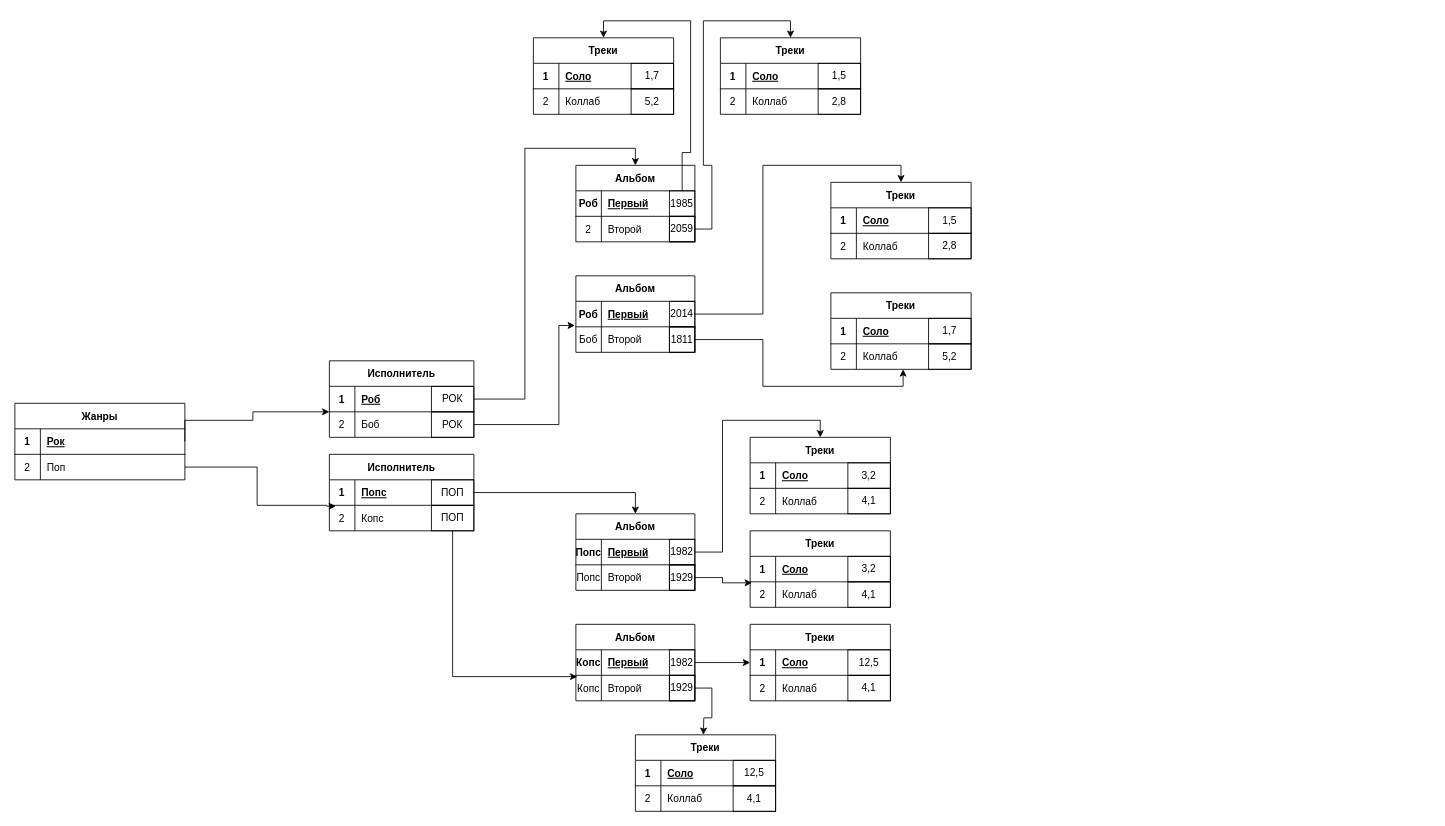
Earlier version of the draw.io diagram Диаграмма без названия.drawio (TastyLake/tablic.functor). Source tidied: cells renumbered, new cells numbered last; positions are measured from the earlier drawing's top-left corner, leaving out a move shared by most shapes. Both pictures are drawn from the tidied source at 85%, with x=0, y=0 at pixel (14, 37).
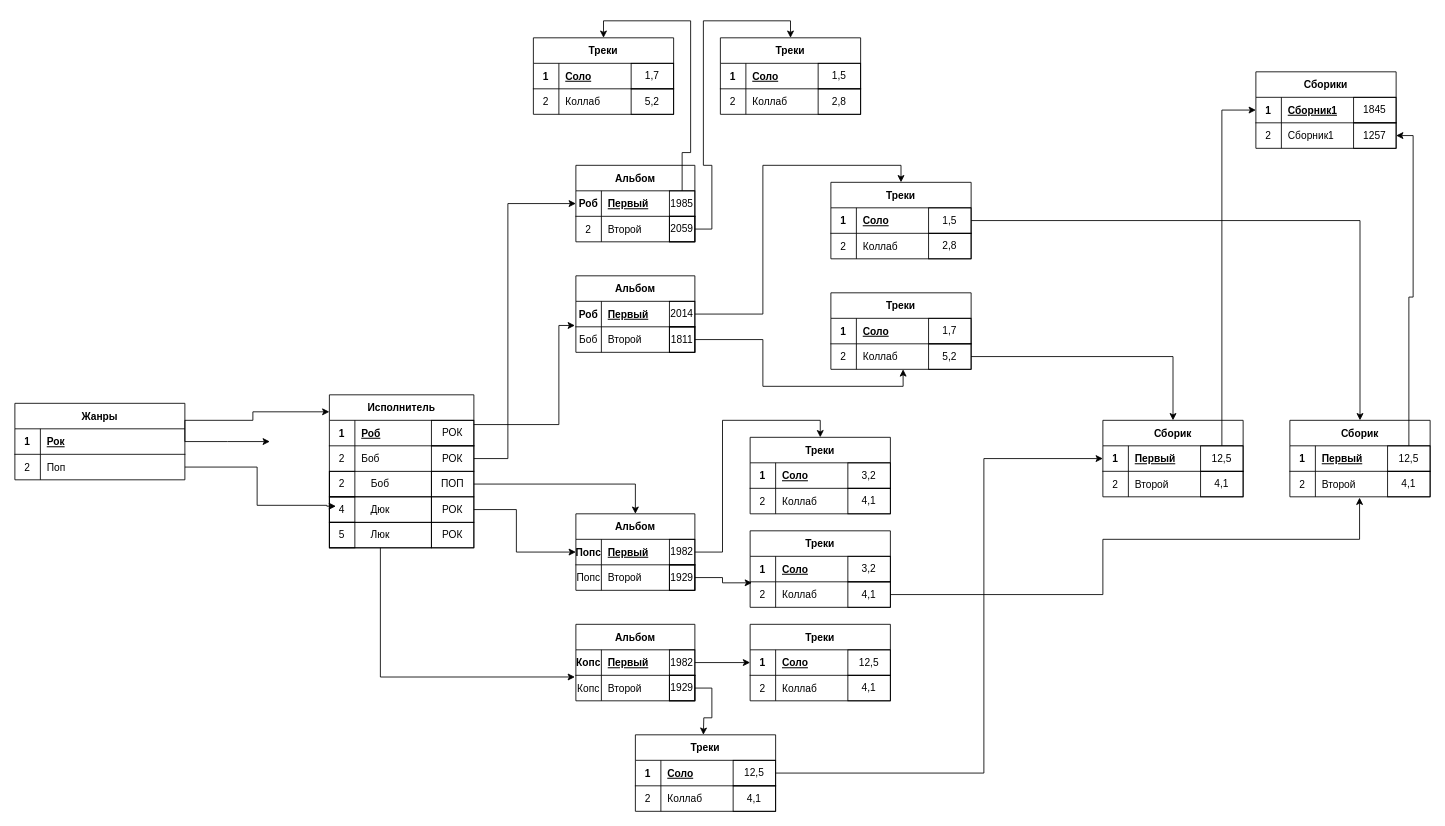
After the change.

The change refers to these unchanged cells:
```xml
<mxCell id="2" value="Жанры" style="shape=table;startSize=30;childLayout=tableLayout;rowLines=0;fontStyle=1;align=center;" parent="1" vertex="1">
  <mxGeometry y="430" width="200" height="90" as="geometry" />
</mxCell>
<mxCell id="6" style="shape=partialRectangle;fillColor=none;points=[[0,0.5],[1,0.5]];portConstraint=eastwest;top=0;left=0;right=0;bottom=0;" parent="2" vertex="1">
  <mxGeometry y="60" width="200" height="30" as="geometry" />
</mxCell>
<mxCell id="17" value="Альбом" style="shape=table;startSize=30;childLayout=tableLayout;rowLines=0;fontStyle=1;align=center;swimlaneLine=1;" parent="16" vertex="1">
  <mxGeometry width="140" height="90" as="geometry" />
</mxCell>
<mxCell id="18" style="shape=partialRectangle;fillColor=none;points=[[0,0.5],[1,0.5]];portConstraint=eastwest;top=0;left=0;right=0;bottom=1;" parent="17" vertex="1">
  <mxGeometry y="30" width="140" height="30" as="geometry" />
</mxCell>
<mxCell id="29" style="shape=partialRectangle;fillColor=none;points=[[0,0.5],[1,0.5]];portConstraint=eastwest;top=0;left=0;right=0;bottom=1;" parent="28" vertex="1">
  <mxGeometry y="30" width="140" height="30" as="geometry" />
</mxCell>
<mxCell id="51" value="Альбом" style="shape=table;startSize=30;childLayout=tableLayout;rowLines=0;fontStyle=1;align=center;swimlaneLine=1;" parent="50" vertex="1">
  <mxGeometry width="140" height="90" as="geometry" />
</mxCell>
<mxCell id="52" style="shape=partialRectangle;fillColor=none;points=[[0,0.5],[1,0.5]];portConstraint=eastwest;top=0;left=0;right=0;bottom=1;" parent="51" vertex="1">
  <mxGeometry y="30" width="140" height="30" as="geometry" />
</mxCell>
<mxCell id="88" style="shape=partialRectangle;fillColor=none;points=[[0,0.5],[1,0.5]];portConstraint=eastwest;top=0;left=0;right=0;bottom=0;" parent="84" vertex="1">
  <mxGeometry y="60" width="165" height="30" as="geometry" />
</mxCell>
<mxCell id="101" value="1,5" style="rounded=0;whiteSpace=wrap;html=1;fillColor=none;" parent="93" vertex="1">
  <mxGeometry x="115" y="30" width="50" height="30" as="geometry" />
</mxCell>
<mxCell id="119" value="Треки" style="shape=table;startSize=30;childLayout=tableLayout;rowLines=0;fontStyle=1;align=center;" parent="118" vertex="1">
  <mxGeometry width="165" height="90" as="geometry" />
</mxCell>
<mxCell id="137" value="4,1" style="rounded=0;whiteSpace=wrap;html=1;fillColor=none;" parent="128" vertex="1">
  <mxGeometry x="115" y="60" width="50" height="30" as="geometry" />
</mxCell>
```

Change to the diagram source:
```diff
@@
+    <mxCell id="165" style="edgeStyle=orthogonalEdgeStyle;rounded=0;jettySize=auto;html=1;" parent="1" edge="1" source="2">
+      <mxGeometry relative="1" as="geometry">
+        <mxPoint x="300" y="475" as="targetPoint" />
+      </mxGeometry>
+    </mxCell>
@@
-    <mxCell id="9" value="Исполнитель" style="shape=table;startSize=30;childLayout=tableLayout;rowLines=0;fontStyle=1;align=center;" parent="1" vertex="1">
-      <mxGeometry x="370" y="380" width="170" height="90" as="geometry" />
+    <mxCell id="9" value="Исполнитель" style="shape=table;startSize=30;childLayout=tableLayout;rowLines=0;fontStyle=1;align=center;swimlaneFillColor=none;" parent="1" vertex="1">
+      <mxGeometry x="370" y="420" width="170" height="180" as="geometry" />
     </mxCell>
-    <mxCell id="10" style="shape=partialRectangle;fillColor=none;top=0;left=0;right=0;bottom=1;" parent="9" vertex="1">
+    <mxCell id="10" style="shape=partialRectangle;fillColor=none;top=0;left=0;right=0;bottom=1;swimlaneFillColor=none;" parent="9" vertex="1">
       <mxGeometry y="30" width="170" height="30" as="geometry" />
     </mxCell>
-    <mxCell id="11" value="1" style="shape=partialRectangle;overflow=hidden;fillColor=none;top=0;left=0;bottom=0;right=0;fontStyle=1;" parent="10" vertex="1">
+    <mxCell id="11" value="1" style="shape=partialRectangle;overflow=hidden;fillColor=none;top=0;left=0;bottom=0;right=0;fontStyle=1;swimlaneFillColor=none;" parent="10" vertex="1">
       <mxGeometry width="30" height="30" as="geometry" />
     </mxCell>
-    <mxCell id="12" value="Роб" style="shape=partialRectangle;overflow=hidden;fillColor=none;top=0;left=0;bottom=0;right=0;align=left;spacingLeft=6;fontStyle=5;" parent="10" vertex="1">
+    <mxCell id="12" value="Роб" style="shape=partialRectangle;overflow=hidden;fillColor=none;top=0;left=0;bottom=0;right=0;align=left;spacingLeft=6;fontStyle=5;swimlaneFillColor=none;" parent="10" vertex="1">
       <mxGeometry x="30" width="140" height="30" as="geometry" />
     </mxCell>
-    <mxCell id="13" style="shape=partialRectangle;fillColor=none;top=0;left=0;right=0;bottom=0;" parent="9" vertex="1">
+    <mxCell id="13" style="shape=partialRectangle;fillColor=none;top=0;left=0;right=0;bottom=0;swimlaneFillColor=none;" parent="9" vertex="1">
       <mxGeometry y="60" width="170" height="30" as="geometry" />
     </mxCell>
-    <mxCell id="14" value="2" style="shape=partialRectangle;overflow=hidden;fillColor=none;top=0;left=0;bottom=0;right=0;" parent="13" vertex="1">
+    <mxCell id="14" value="2" style="shape=partialRectangle;overflow=hidden;fillColor=none;top=0;left=0;bottom=0;right=0;swimlaneFillColor=none;" parent="13" vertex="1">
       <mxGeometry width="30" height="30" as="geometry" />
     </mxCell>
-    <mxCell id="15" value="Боб" style="shape=partialRectangle;overflow=hidden;fillColor=none;top=0;left=0;bottom=0;right=0;align=left;spacingLeft=6;" parent="13" vertex="1">
+    <mxCell id="15" value="Боб" style="shape=partialRectangle;overflow=hidden;fillColor=none;top=0;left=0;bottom=0;right=0;align=left;spacingLeft=6;swimlaneFillColor=none;" parent="13" vertex="1">
       <mxGeometry x="30" width="140" height="30" as="geometry" />
     </mxCell>
@@
-    <mxCell id="61" style="edgeStyle=orthogonalEdgeStyle;rounded=0;jettySize=auto;html=1;entryX=0.5;entryY=0;entryDx=0;entryDy=0;" parent="1" edge="1" source="62" target="51">
-      <mxGeometry relative="1" as="geometry" />
-    </mxCell>
-    <mxCell id="62" value="РОК" style="rounded=0;whiteSpace=wrap;html=1;fillColor=none;" parent="1" vertex="1">
-      <mxGeometry x="490" y="410" width="50" height="30" as="geometry" />
-    </mxCell>
@@
     <mxCell id="103" value="РОК" style="rounded=0;whiteSpace=wrap;html=1;fillColor=none;" parent="1" vertex="1">
-      <mxGeometry x="490" y="440" width="50" height="30" as="geometry" />
+      <mxGeometry x="490" y="450" width="50" height="30" as="geometry" />
     </mxCell>
-    <mxCell id="104" value="Исполнитель" style="shape=table;startSize=30;childLayout=tableLayout;rowLines=0;fontStyle=1;align=center;" parent="1" vertex="1">
-      <mxGeometry x="370" y="490" width="170" height="90" as="geometry" />
-    </mxCell>
-    <mxCell id="105" style="shape=partialRectangle;fillColor=none;top=0;left=0;right=0;bottom=1;" parent="104" vertex="1">
-      <mxGeometry y="30" width="170" height="30" as="geometry" />
-    </mxCell>
-    <mxCell id="106" value="1" style="shape=partialRectangle;overflow=hidden;fillColor=none;top=0;left=0;bottom=0;right=0;fontStyle=1;" parent="105" vertex="1">
-      <mxGeometry width="30" height="30" as="geometry" />
-    </mxCell>
-    <mxCell id="107" value="Попс" style="shape=partialRectangle;overflow=hidden;fillColor=none;top=0;left=0;bottom=0;right=0;align=left;spacingLeft=6;fontStyle=5;" parent="105" vertex="1">
-      <mxGeometry x="30" width="140" height="30" as="geometry" />
-    </mxCell>
-    <mxCell id="108" style="shape=partialRectangle;fillColor=none;points=[[0,0.5],[1,0.5]];portConstraint=eastwest;top=0;left=0;right=0;bottom=0;" parent="104" vertex="1">
-      <mxGeometry y="60" width="170" height="30" as="geometry" />
-    </mxCell>
-    <mxCell id="109" value="2" style="shape=partialRectangle;overflow=hidden;fillColor=none;top=0;left=0;bottom=0;right=0;" parent="108" vertex="1">
-      <mxGeometry width="30" height="30" as="geometry" />
-    </mxCell>
-    <mxCell id="110" value="Копс" style="shape=partialRectangle;overflow=hidden;fillColor=none;top=0;left=0;bottom=0;right=0;align=left;spacingLeft=6;" parent="108" vertex="1">
-      <mxGeometry x="30" width="140" height="30" as="geometry" />
-    </mxCell>
-    <mxCell id="111" style="edgeStyle=orthogonalEdgeStyle;rounded=0;jettySize=auto;html=1;" parent="1" edge="1" source="112" target="17">
+    <mxCell id="111" style="edgeStyle=orthogonalEdgeStyle;rounded=0;jettySize=auto;html=1;exitX=1;exitY=0.5;exitDx=0;exitDy=0;" parent="1" edge="1" source="177" target="17">
       <mxGeometry relative="1" as="geometry" />
     </mxCell>
-    <mxCell id="112" value="ПОП" style="rounded=0;whiteSpace=wrap;html=1;fillColor=none;" parent="1" vertex="1">
-      <mxGeometry x="490" y="520" width="50" height="30" as="geometry" />
-    </mxCell>
-    <mxCell id="113" value="ПОП" style="rounded=0;whiteSpace=wrap;html=1;fillColor=none;" parent="1" vertex="1">
-      <mxGeometry x="490" y="550" width="50" height="30" as="geometry" />
-    </mxCell>
@@
-    <mxCell id="115" style="edgeStyle=orthogonalEdgeStyle;rounded=0;jettySize=auto;html=1;entryX=0.045;entryY=0.033;entryDx=0;entryDy=0;entryPerimeter=0;" parent="1" edge="1" source="6" target="108">
+    <mxCell id="115" style="edgeStyle=orthogonalEdgeStyle;rounded=0;jettySize=auto;html=1;entryX=0.045;entryY=0.033;entryDx=0;entryDy=0;entryPerimeter=0;" parent="1" edge="1" source="6">
       <mxGeometry relative="1" as="geometry">
+        <mxPoint x="377.7" y="551" as="targetPoint" />
         <Array as="points">
           <mxPoint x="285" y="505" />
           <mxPoint x="285" y="550" />
           <mxPoint x="367" y="550" />
           <mxPoint x="367" y="551" />
         </Array>
       </mxGeometry>
     </mxCell>
-    <mxCell id="116" style="edgeStyle=orthogonalEdgeStyle;rounded=0;jettySize=auto;html=1;entryX=0.012;entryY=1.051;entryDx=0;entryDy=0;entryPerimeter=0;" parent="1" edge="1" source="113" target="29">
-      <mxGeometry relative="1" as="geometry" />
-    </mxCell>
@@
+    <mxCell id="166" style="group;fillColor=none;" parent="1" vertex="1">
+      <mxGeometry x="370" y="510" width="120" height="30" as="geometry" />
+    </mxCell>
+    <mxCell id="167" value="Боб" style="rounded=0;whiteSpace=wrap;html=1;fillColor=none;" parent="166" vertex="1">
+      <mxGeometry width="120" height="30" as="geometry" />
+    </mxCell>
+    <mxCell id="168" value="2" style="rounded=0;whiteSpace=wrap;html=1;fillColor=none;" parent="166" vertex="1">
+      <mxGeometry width="30" height="30" as="geometry" />
+    </mxCell>
+    <mxCell id="169" style="group;fillColor=none;" parent="1" vertex="1">
+      <mxGeometry x="370" y="540" width="120" height="30" as="geometry" />
+    </mxCell>
+    <mxCell id="170" value="Дюк" style="rounded=0;whiteSpace=wrap;html=1;fillColor=none;" parent="169" vertex="1">
+      <mxGeometry width="120" height="30" as="geometry" />
+    </mxCell>
+    <mxCell id="171" value="4" style="rounded=0;whiteSpace=wrap;html=1;fillColor=none;" parent="169" vertex="1">
+      <mxGeometry width="30" height="30" as="geometry" />
+    </mxCell>
+    <mxCell id="172" style="group;fillColor=none;" parent="1" vertex="1">
+      <mxGeometry x="370" y="570" width="120" height="30" as="geometry" />
+    </mxCell>
+    <mxCell id="173" value="Люк" style="rounded=0;whiteSpace=wrap;html=1;fillColor=none;" parent="172" vertex="1">
+      <mxGeometry width="120" height="30" as="geometry" />
+    </mxCell>
+    <mxCell id="174" value="5" style="rounded=0;whiteSpace=wrap;html=1;fillColor=none;" parent="172" vertex="1">
+      <mxGeometry width="30" height="30" as="geometry" />
+    </mxCell>
+    <mxCell id="175" style="edgeStyle=orthogonalEdgeStyle;rounded=0;jettySize=auto;html=1;entryX=0;entryY=0.5;entryDx=0;entryDy=0;" parent="1" edge="1" source="176" target="52">
+      <mxGeometry relative="1" as="geometry">
+        <Array as="points">
+          <mxPoint x="580" y="495" />
+          <mxPoint x="580" y="195" />
+        </Array>
+      </mxGeometry>
+    </mxCell>
+    <mxCell id="176" value="РОК" style="rounded=0;whiteSpace=wrap;html=1;fillColor=none;" parent="1" vertex="1">
+      <mxGeometry x="490" y="480" width="50" height="30" as="geometry" />
+    </mxCell>
+    <mxCell id="177" value="ПОП" style="rounded=0;whiteSpace=wrap;html=1;fillColor=none;" parent="1" vertex="1">
+      <mxGeometry x="490" y="510" width="50" height="30" as="geometry" />
+    </mxCell>
+    <mxCell id="178" style="edgeStyle=orthogonalEdgeStyle;rounded=0;jettySize=auto;html=1;entryX=0;entryY=0.5;entryDx=0;entryDy=0;" parent="1" edge="1" source="179" target="18">
+      <mxGeometry relative="1" as="geometry">
+        <Array as="points">
+          <mxPoint x="590" y="555" />
+          <mxPoint x="590" y="605" />
+        </Array>
+      </mxGeometry>
+    </mxCell>
+    <mxCell id="179" value="РОК" style="rounded=0;whiteSpace=wrap;html=1;fillColor=none;" parent="1" vertex="1">
+      <mxGeometry x="490" y="540" width="50" height="30" as="geometry" />
+    </mxCell>
+    <mxCell id="180" value="РОК" style="rounded=0;whiteSpace=wrap;html=1;fillColor=none;" parent="1" vertex="1">
+      <mxGeometry x="490" y="570" width="50" height="30" as="geometry" />
+    </mxCell>
+    <mxCell id="181" style="edgeStyle=orthogonalEdgeStyle;rounded=0;jettySize=auto;html=1;entryX=-0.008;entryY=1.065;entryDx=0;entryDy=0;entryPerimeter=0;" parent="1" edge="1" source="173" target="29">
+      <mxGeometry relative="1" as="geometry" />
+    </mxCell>
+    <mxCell id="182" style="group;" parent="1" vertex="1">
+      <mxGeometry x="1280" y="450" width="165" height="90" as="geometry" />
+    </mxCell>
+    <mxCell id="183" value="Сборик" style="shape=table;startSize=30;childLayout=tableLayout;rowLines=0;fontStyle=1;align=center;" parent="182" vertex="1">
+      <mxGeometry width="165" height="90" as="geometry" />
+    </mxCell>
+    <mxCell id="184" style="shape=partialRectangle;fillColor=none;points=[[0,0.5],[1,0.5]];portConstraint=eastwest;top=0;left=0;right=0;bottom=1;" parent="183" vertex="1">
+      <mxGeometry y="30" width="165" height="30" as="geometry" />
+    </mxCell>
+    <mxCell id="185" value="1" style="shape=partialRectangle;overflow=hidden;fillColor=none;top=0;left=0;bottom=0;right=0;fontStyle=1;" parent="184" vertex="1">
+      <mxGeometry width="30" height="30" as="geometry" />
+    </mxCell>
+    <mxCell id="186" value="Первый" style="shape=partialRectangle;overflow=hidden;fillColor=none;top=0;left=0;bottom=0;right=0;align=left;spacingLeft=6;fontStyle=5;" parent="184" vertex="1">
+      <mxGeometry x="30" width="135" height="30" as="geometry" />
+    </mxCell>
+    <mxCell id="187" style="shape=partialRectangle;fillColor=none;top=0;left=0;right=0;bottom=0;" parent="183" vertex="1">
+      <mxGeometry y="60" width="165" height="30" as="geometry" />
+    </mxCell>
+    <mxCell id="188" value="2" style="shape=partialRectangle;overflow=hidden;fillColor=none;top=0;left=0;bottom=0;right=0;" parent="187" vertex="1">
+      <mxGeometry width="30" height="30" as="geometry" />
+    </mxCell>
+    <mxCell id="189" value="Второй" style="shape=partialRectangle;overflow=hidden;fillColor=none;top=0;left=0;bottom=0;right=0;align=left;spacingLeft=6;" parent="187" vertex="1">
+      <mxGeometry x="30" width="135" height="30" as="geometry" />
+    </mxCell>
+    <mxCell id="190" value="12,5" style="rounded=0;whiteSpace=wrap;html=1;fillColor=none;" parent="182" vertex="1">
+      <mxGeometry x="115" y="30" width="50" height="30" as="geometry" />
+    </mxCell>
+    <mxCell id="191" value="4,1" style="rounded=0;whiteSpace=wrap;html=1;fillColor=none;" parent="182" vertex="1">
+      <mxGeometry x="115" y="60" width="50" height="30" as="geometry" />
+    </mxCell>
+    <mxCell id="192" style="edgeStyle=orthogonalEdgeStyle;rounded=0;jettySize=auto;html=1;entryX=0;entryY=0.5;entryDx=0;entryDy=0;" parent="1" edge="1" source="119" target="184">
+      <mxGeometry relative="1" as="geometry">
+        <Array as="points">
+          <mxPoint x="1140" y="865" />
+          <mxPoint x="1140" y="495" />
+        </Array>
+      </mxGeometry>
+    </mxCell>
+    <mxCell id="193" style="edgeStyle=orthogonalEdgeStyle;rounded=0;jettySize=auto;html=1;" parent="1" edge="1" source="88" target="183">
+      <mxGeometry relative="1" as="geometry" />
+    </mxCell>
+    <mxCell id="194" style="group;" parent="1" vertex="1">
+      <mxGeometry x="1460" y="40" width="165" height="90" as="geometry" />
+    </mxCell>
+    <mxCell id="195" value="Сборики" style="shape=table;startSize=30;childLayout=tableLayout;rowLines=0;fontStyle=1;align=center;" parent="194" vertex="1">
+      <mxGeometry width="165" height="90" as="geometry" />
+    </mxCell>
+    <mxCell id="196" style="shape=partialRectangle;fillColor=none;points=[[0,0.5],[1,0.5]];portConstraint=eastwest;top=0;left=0;right=0;bottom=1;" parent="195" vertex="1">
+      <mxGeometry y="30" width="165" height="30" as="geometry" />
+    </mxCell>
+    <mxCell id="197" value="1" style="shape=partialRectangle;overflow=hidden;fillColor=none;top=0;left=0;bottom=0;right=0;fontStyle=1;" parent="196" vertex="1">
+      <mxGeometry width="30" height="30" as="geometry" />
+    </mxCell>
+    <mxCell id="198" value="Сборник1" style="shape=partialRectangle;overflow=hidden;fillColor=none;top=0;left=0;bottom=0;right=0;align=left;spacingLeft=6;fontStyle=5;" parent="196" vertex="1">
+      <mxGeometry x="30" width="135" height="30" as="geometry" />
+    </mxCell>
+    <mxCell id="199" style="shape=partialRectangle;fillColor=none;top=0;left=0;right=0;bottom=0;" parent="195" vertex="1">
+      <mxGeometry y="60" width="165" height="30" as="geometry" />
+    </mxCell>
+    <mxCell id="200" value="2" style="shape=partialRectangle;overflow=hidden;fillColor=none;top=0;left=0;bottom=0;right=0;" parent="199" vertex="1">
+      <mxGeometry width="30" height="30" as="geometry" />
+    </mxCell>
+    <mxCell id="201" value="Сборник1" style="shape=partialRectangle;overflow=hidden;fillColor=none;top=0;left=0;bottom=0;right=0;align=left;spacingLeft=6;" parent="199" vertex="1">
+      <mxGeometry x="30" width="135" height="30" as="geometry" />
+    </mxCell>
+    <mxCell id="202" value="1845" style="rounded=0;whiteSpace=wrap;html=1;fillColor=none;" parent="194" vertex="1">
+      <mxGeometry x="115" y="30" width="50" height="30" as="geometry" />
+    </mxCell>
+    <mxCell id="203" value="1257" style="rounded=0;whiteSpace=wrap;html=1;fillColor=none;" parent="194" vertex="1">
+      <mxGeometry x="115" y="60" width="50" height="30" as="geometry" />
+    </mxCell>
+    <mxCell id="204" style="group;" parent="1" vertex="1">
+      <mxGeometry x="1500" y="450" width="165" height="90" as="geometry" />
+    </mxCell>
+    <mxCell id="205" value="Сборик" style="shape=table;startSize=30;childLayout=tableLayout;rowLines=0;fontStyle=1;align=center;" parent="204" vertex="1">
+      <mxGeometry width="165" height="90" as="geometry" />
+    </mxCell>
+    <mxCell id="206" style="shape=partialRectangle;fillColor=none;top=0;left=0;right=0;bottom=1;" parent="205" vertex="1">
+      <mxGeometry y="30" width="165" height="30" as="geometry" />
+    </mxCell>
+    <mxCell id="207" value="1" style="shape=partialRectangle;overflow=hidden;fillColor=none;top=0;left=0;bottom=0;right=0;fontStyle=1;" parent="206" vertex="1">
+      <mxGeometry width="30" height="30" as="geometry" />
+    </mxCell>
+    <mxCell id="208" value="Первый" style="shape=partialRectangle;overflow=hidden;fillColor=none;top=0;left=0;bottom=0;right=0;align=left;spacingLeft=6;fontStyle=5;" parent="206" vertex="1">
+      <mxGeometry x="30" width="135" height="30" as="geometry" />
+    </mxCell>
+    <mxCell id="209" style="shape=partialRectangle;fillColor=none;points=[[0,0.5],[1,0.5]];portConstraint=eastwest;top=0;left=0;right=0;bottom=0;" parent="205" vertex="1">
+      <mxGeometry y="60" width="165" height="30" as="geometry" />
+    </mxCell>
+    <mxCell id="210" value="2" style="shape=partialRectangle;overflow=hidden;fillColor=none;top=0;left=0;bottom=0;right=0;" parent="209" vertex="1">
+      <mxGeometry width="30" height="30" as="geometry" />
+    </mxCell>
+    <mxCell id="211" value="Второй" style="shape=partialRectangle;overflow=hidden;fillColor=none;top=0;left=0;bottom=0;right=0;align=left;spacingLeft=6;" parent="209" vertex="1">
+      <mxGeometry x="30" width="135" height="30" as="geometry" />
+    </mxCell>
+    <mxCell id="212" value="12,5" style="rounded=0;whiteSpace=wrap;html=1;fillColor=none;" parent="204" vertex="1">
+      <mxGeometry x="115" y="30" width="50" height="30" as="geometry" />
+    </mxCell>
+    <mxCell id="213" value="4,1" style="rounded=0;whiteSpace=wrap;html=1;fillColor=none;" parent="204" vertex="1">
+      <mxGeometry x="115" y="60" width="50" height="30" as="geometry" />
+    </mxCell>
+    <mxCell id="214" style="edgeStyle=orthogonalEdgeStyle;rounded=0;jettySize=auto;html=1;" parent="1" edge="1" source="101" target="205">
+      <mxGeometry relative="1" as="geometry" />
+    </mxCell>
+    <mxCell id="215" style="edgeStyle=orthogonalEdgeStyle;rounded=0;jettySize=auto;html=1;entryX=0.497;entryY=1.033;entryDx=0;entryDy=0;entryPerimeter=0;" parent="1" edge="1" source="137" target="209">
+      <mxGeometry relative="1" as="geometry">
+        <Array as="points">
+          <mxPoint x="1280" y="655" />
+          <mxPoint x="1280" y="590" />
+          <mxPoint x="1582" y="590" />
+        </Array>
+      </mxGeometry>
+    </mxCell>
+    <mxCell id="216" style="edgeStyle=orthogonalEdgeStyle;rounded=0;jettySize=auto;html=1;" parent="1" edge="1" source="190" target="196">
+      <mxGeometry relative="1" as="geometry" />
+    </mxCell>
+    <mxCell id="217" style="edgeStyle=orthogonalEdgeStyle;rounded=0;jettySize=auto;html=1;entryX=1;entryY=0.5;entryDx=0;entryDy=0;" parent="1" edge="1" source="212" target="203">
+      <mxGeometry relative="1" as="geometry" />
+    </mxCell>
```
